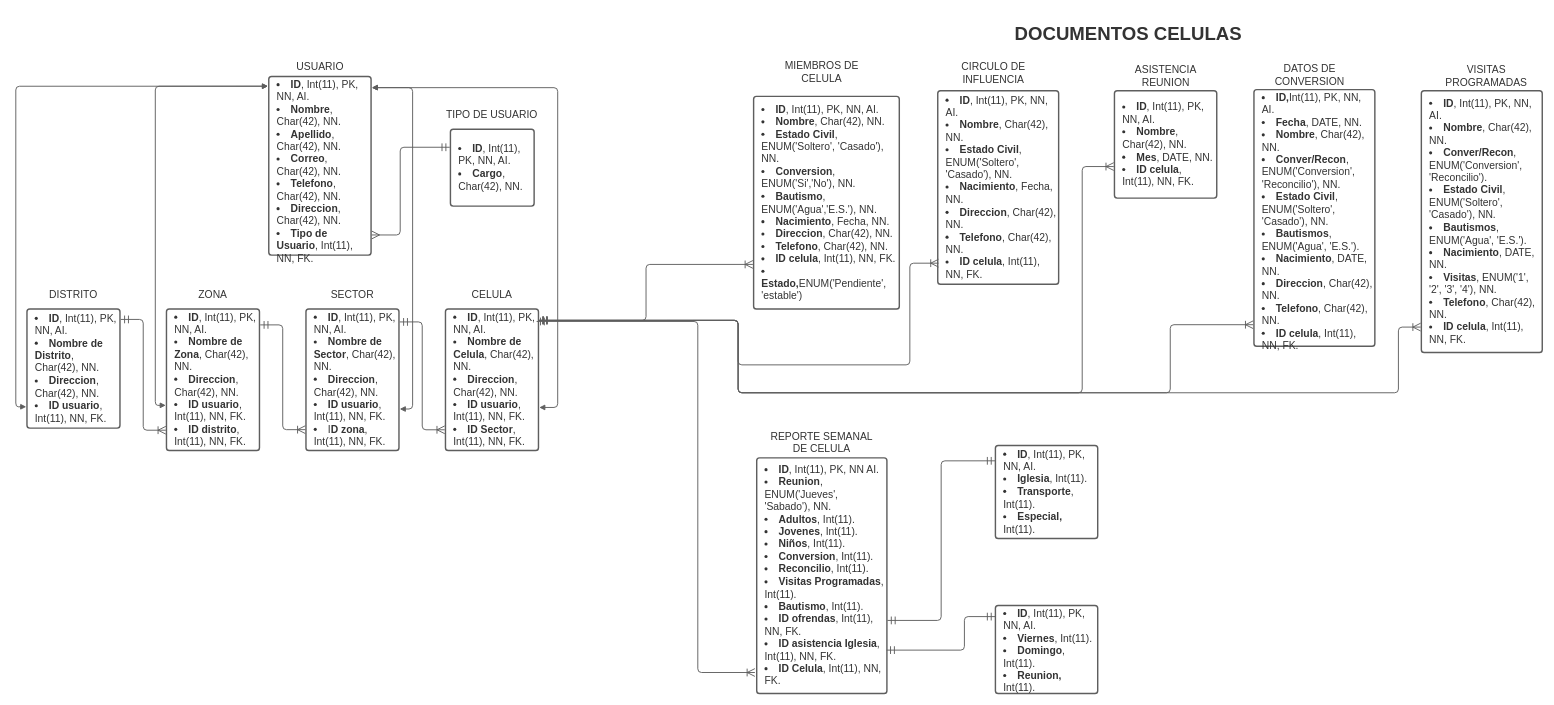
Above: page "entidad-relacion" (1 of 2) of Diagrama 1.drawio in KJCarvajal/la-cosecha (draw.io), before the change. Source tidied: cells renumbered, new cells numbered last; positions are measured from the earlier drawing's top-left corner, leaving out a move shared by most shapes. Both pictures are drawn from the tidied source at 62%, with x=0, y=0 at pixel (16, 11).
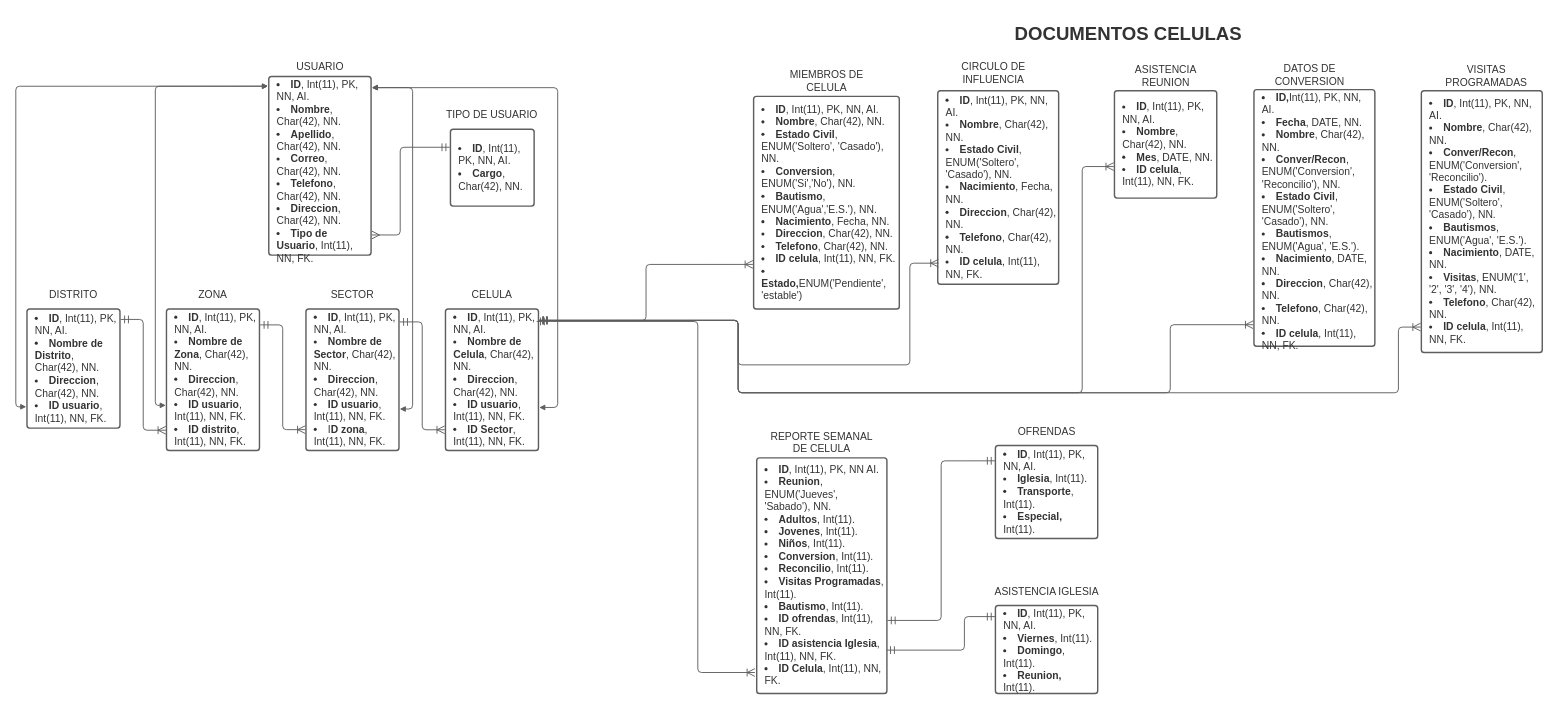
The same diagram, later.

The edit, as a diff of the source:
```diff
@@
     <mxCell id="23" value="MIEMBROS DE CELULA" style="html=1;overflow=block;blockSpacing=1;whiteSpace=wrap;fontSize=16.7;fontColor=#333333;align=center;spacing=3.8;strokeOpacity=0;fillOpacity=0;rounded=1;absoluteArcSize=1;arcSize=9;fillColor=#ffffff;strokeWidth=2.3;" parent="1" vertex="1">
-      <mxGeometry x="1210" y="75" width="180" height="48" as="geometry" />
+      <mxGeometry x="1217.5" y="89" width="180" height="48" as="geometry" />
     </mxCell>
@@
+    <mxCell id="45" value="OFRENDAS" style="html=1;overflow=block;blockSpacing=1;whiteSpace=wrap;fontSize=16.7;fontColor=#333333;align=center;spacing=3.8;strokeOpacity=0;fillOpacity=0;rounded=1;absoluteArcSize=1;arcSize=9;fillColor=#ffffff;strokeWidth=2.3;" parent="1" vertex="1">
+      <mxGeometry x="1572.5" y="655" width="180" height="45" as="geometry" />
+    </mxCell>
+    <mxCell id="46" value="ASISTENCIA IGLESIA" style="html=1;overflow=block;blockSpacing=1;whiteSpace=wrap;fontSize=16.7;fontColor=#333333;align=center;spacing=3.8;strokeOpacity=0;fillOpacity=0;rounded=1;absoluteArcSize=1;arcSize=9;fillColor=#ffffff;strokeWidth=2.3;" parent="1" vertex="1">
+      <mxGeometry x="1572.5" y="913" width="180" height="45" as="geometry" />
+    </mxCell>
```
